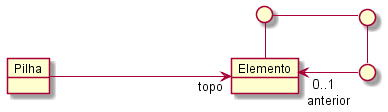
kyriosdata/oo keeps this PlantUML diagram as Imagens/modelos-04/mod04ima06/mod04ima06.png. Above is the earlier version. The source it was exported from:
```plantuml
@startuml mod04ima06
skinparam linetype ortho
object "Pilha" as pi
object "Elemento" as el
circle " " as p1
circle " " as p2
circle " " as p3
left to right direction
pi ----> "topo" el
el -left- p1
p1 -down- p2
p2 -right- p3
p3 -up->"0..1 \n anterior" el
@enduml
```
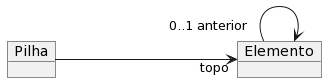
Later version of the same file.

The edit, as a diff of the source:
```diff
@@ -1,14 +1,8 @@
-@startuml mod04ima06
-skinparam linetype ortho
+@startuml
 object "Pilha" as pi
 object "Elemento" as el
-circle " " as p1
-circle " " as p2
-circle " " as p3
+
 left to right direction
 pi ----> "topo" el
-el -left- p1
-p1 -down- p2
-p2 -right- p3
-p3 -up->"0..1 \n anterior" el
+el "0..1 anterior"--> el
 @enduml
```
